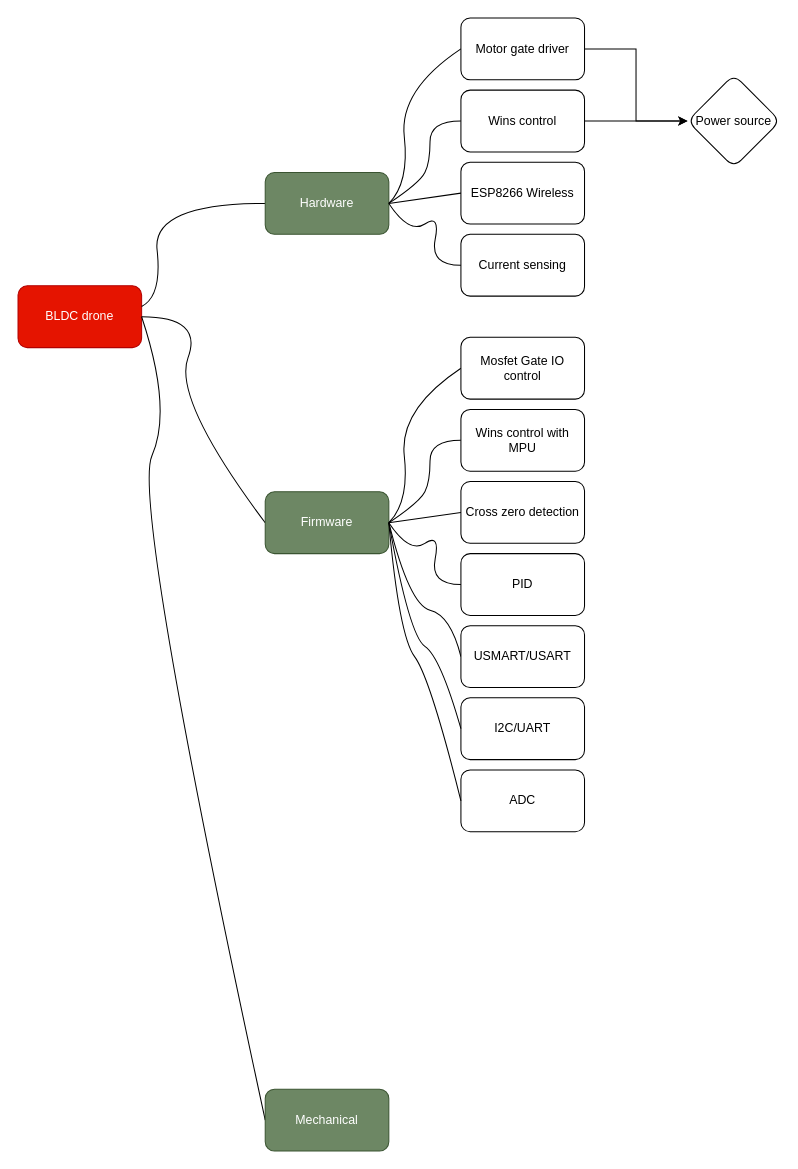
This is Projects/MM32SPIN360C_BLDC/Mind map/BLDC drone mind map.drawio from chanvenjoe/STM32-learning, a draw.io file, before an edit. Source tidied: cells renumbered, new cells numbered last; positions are measured from the earlier drawing's top-left corner, leaving out a move shared by most shapes. Both pictures are drawn from the tidied source at 103%, with x=0, y=0 at pixel (18, 18).
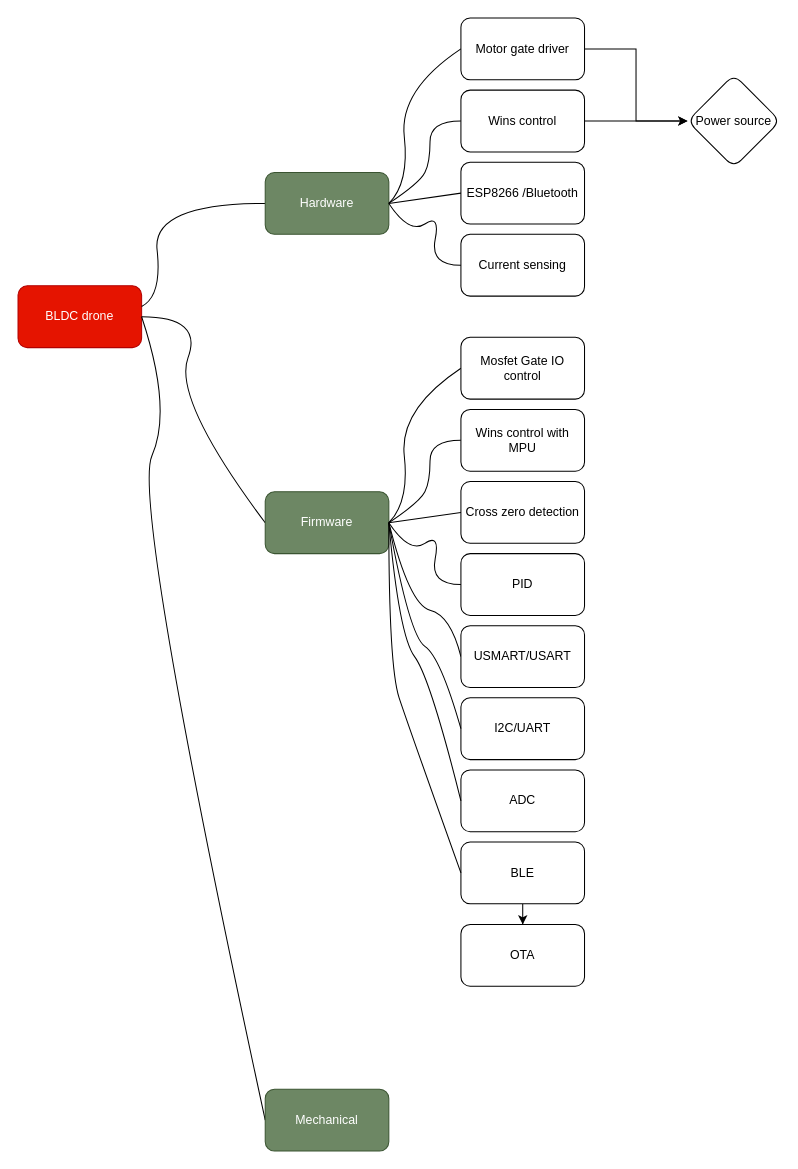
Above is the later version.

Change to the diagram source:
```diff
@@
-    <mxCell id="16" value="ESP8266 Wireless" style="rounded=1;whiteSpace=wrap;html=1;" parent="1" vertex="1">
+    <mxCell id="16" value="ESP8266 /Bluetooth" style="rounded=1;whiteSpace=wrap;html=1;" parent="1" vertex="1">
       <mxGeometry x="430" y="140" width="120" height="60" as="geometry" />
     </mxCell>
@@
+    <mxCell id="35" style="edgeStyle=orthogonalEdgeStyle;rounded=0;jettySize=auto;html=1;" parent="1" edge="1" source="36" target="37">
+      <mxGeometry relative="1" as="geometry" />
+    </mxCell>
+    <mxCell id="36" value="BLE" style="rounded=1;whiteSpace=wrap;html=1;" parent="1" vertex="1">
+      <mxGeometry x="430" y="800" width="120" height="60" as="geometry" />
+    </mxCell>
+    <mxCell id="37" value="OTA" style="rounded=1;whiteSpace=wrap;html=1;" parent="1" vertex="1">
+      <mxGeometry x="430" y="880" width="120" height="60" as="geometry" />
+    </mxCell>
+    <mxCell id="38" style="curved=1;endArrow=0;html=1;rounded=0;entryX=0;entryY=0.5;entryDx=0;entryDy=0;" parent="1" edge="1" target="36">
+      <mxGeometry relative="1" as="geometry">
+        <mxPoint x="360" y="490" as="sourcePoint" />
+        <Array as="points">
+          <mxPoint x="360" y="630" />
+          <mxPoint x="380" y="690" />
+        </Array>
+      </mxGeometry>
+    </mxCell>
```
